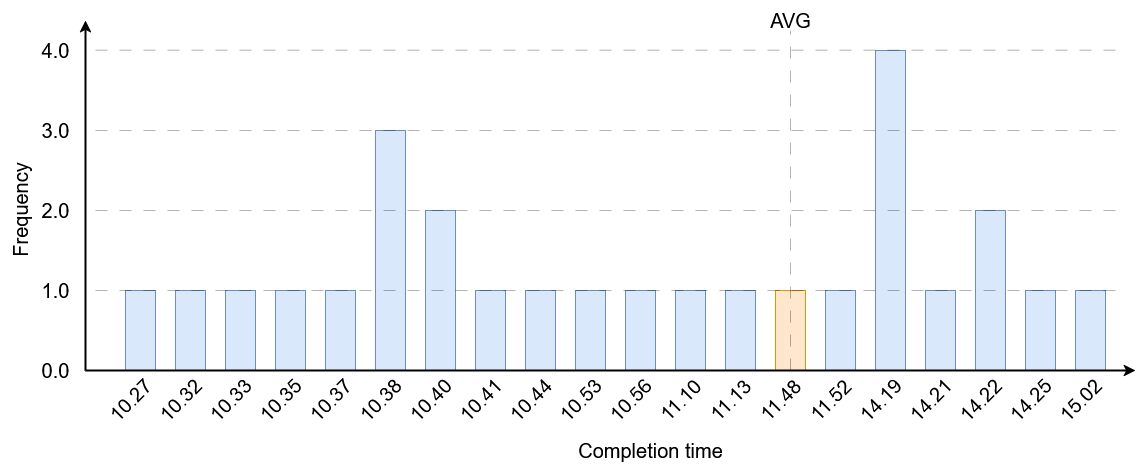
Above: definition/images/participants/Participants_frequency.png in cristianlepore/Self-Sovereign-Identity (draw.io), before the change. Source tidied: cells renumbered, new cells last; positions are measured from the earlier drawing's top-left corner, leaving out a move shared by most shapes.
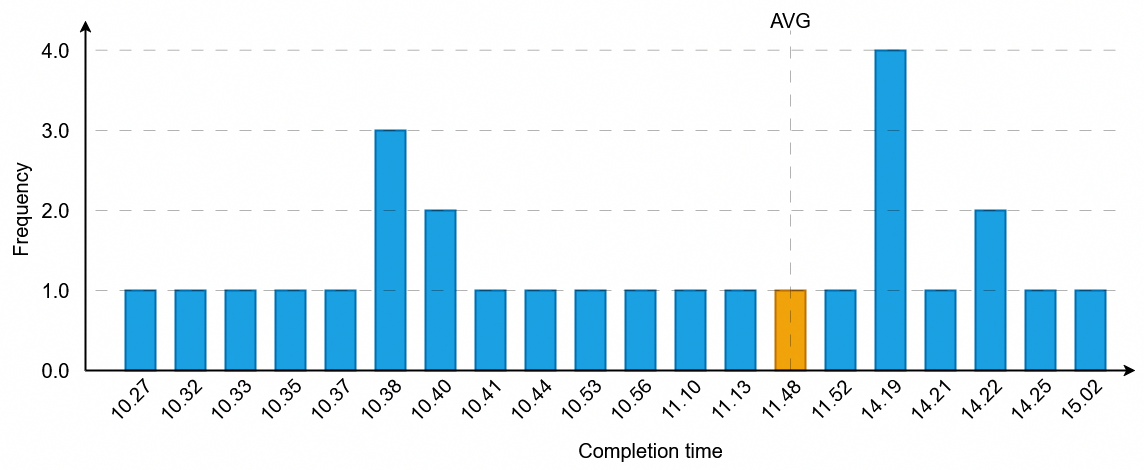
After the commit.

Change to the diagram source:
```diff
@@ -5,78 +5,78 @@
     <mxCell id="2" value="&lt;font style=&quot;font-size: 20px;&quot;&gt;11.48&lt;font&gt;&lt;br&gt;&lt;/font&gt;&lt;/font&gt;" style="text;html=1;align=center;verticalAlign=middle;strokeColor=none;fillColor=none;rotation=-45;" parent="1" vertex="1">
       <mxGeometry x="785" y="380" width="70" height="40" as="geometry" />
     </mxCell>
-    <mxCell id="3" style="endArrow=classic;html=1;rounded=0;strokeWidth=2;" parent="1" edge="1">
-      <mxGeometry relative="1" as="geometry">
-        <mxPoint x="125" y="370" as="sourcePoint" />
-        <mxPoint x="125" y="20" as="targetPoint" />
-      </mxGeometry>
-    </mxCell>
+    <mxCell id="57" style="endArrow=classic;html=1;rounded=0;strokeWidth=2;" parent="1" edge="1">
+      <mxGeometry relative="1" as="geometry">
+        <mxPoint x="125" y="370" as="sourcePoint" />
+        <mxPoint x="125" y="20" as="targetPoint" />
+      </mxGeometry>
+    </mxCell>
     <mxCell id="4" value="&lt;font style=&quot;font-size: 20px;&quot;&gt;Frequency&lt;/font&gt;" style="text;html=1;align=center;verticalAlign=middle;strokeColor=none;fillColor=none;rotation=-90;" parent="1" vertex="1">
       <mxGeometry y="190" width="120" height="40" as="geometry" />
     </mxCell>
     <mxCell id="5" value="&lt;font style=&quot;font-size: 20px;&quot;&gt;Completion time&lt;/font&gt;&lt;b&gt;&lt;font style=&quot;font-size: 20px;&quot;&gt;&lt;br&gt;&lt;/font&gt;&lt;/b&gt;" style="text;html=1;align=center;verticalAlign=middle;strokeColor=none;fillColor=none;rotation=0;" parent="1" vertex="1">
       <mxGeometry x="605" y="430" width="170" height="40" as="geometry" />
     </mxCell>
-    <mxCell id="6" style="rounded=0;whiteSpace=wrap;html=1;fillColor=#dae8fc;strokeColor=#6c8ebf;" parent="1" vertex="1">
-      <mxGeometry x="165" y="290" width="30" height="80" as="geometry" />
-    </mxCell>
-    <mxCell id="7" style="rounded=0;whiteSpace=wrap;html=1;fillColor=#dae8fc;strokeColor=#6c8ebf;" parent="1" vertex="1">
-      <mxGeometry x="215" y="290" width="30" height="80" as="geometry" />
-    </mxCell>
-    <mxCell id="8" style="rounded=0;whiteSpace=wrap;html=1;fillColor=#dae8fc;strokeColor=#6c8ebf;" parent="1" vertex="1">
-      <mxGeometry x="265" y="290" width="30" height="80" as="geometry" />
-    </mxCell>
-    <mxCell id="9" style="rounded=0;whiteSpace=wrap;html=1;fillColor=#dae8fc;strokeColor=#6c8ebf;" parent="1" vertex="1">
-      <mxGeometry x="315" y="290" width="30" height="80" as="geometry" />
-    </mxCell>
-    <mxCell id="10" style="rounded=0;whiteSpace=wrap;html=1;fillColor=#dae8fc;strokeColor=#6c8ebf;" parent="1" vertex="1">
-      <mxGeometry x="365" y="290" width="30" height="80" as="geometry" />
-    </mxCell>
-    <mxCell id="11" style="rounded=0;whiteSpace=wrap;html=1;fillColor=#dae8fc;strokeColor=#6c8ebf;" parent="1" vertex="1">
-      <mxGeometry x="415" y="130" width="30" height="240" as="geometry" />
-    </mxCell>
-    <mxCell id="12" style="rounded=0;whiteSpace=wrap;html=1;fillColor=#dae8fc;strokeColor=#6c8ebf;" parent="1" vertex="1">
-      <mxGeometry x="465" y="210" width="30" height="160" as="geometry" />
-    </mxCell>
-    <mxCell id="13" style="rounded=0;whiteSpace=wrap;html=1;fillColor=#dae8fc;strokeColor=#6c8ebf;" parent="1" vertex="1">
-      <mxGeometry x="515" y="290" width="30" height="80" as="geometry" />
-    </mxCell>
-    <mxCell id="14" style="rounded=0;whiteSpace=wrap;html=1;fillColor=#dae8fc;strokeColor=#6c8ebf;" parent="1" vertex="1">
-      <mxGeometry x="565" y="290" width="30" height="80" as="geometry" />
-    </mxCell>
-    <mxCell id="15" style="rounded=0;whiteSpace=wrap;html=1;fillColor=#dae8fc;strokeColor=#6c8ebf;" parent="1" vertex="1">
-      <mxGeometry x="615" y="290" width="30" height="80" as="geometry" />
-    </mxCell>
-    <mxCell id="16" style="rounded=0;whiteSpace=wrap;html=1;fillColor=#dae8fc;strokeColor=#6c8ebf;" parent="1" vertex="1">
-      <mxGeometry x="665" y="290" width="30" height="80" as="geometry" />
-    </mxCell>
-    <mxCell id="17" style="rounded=0;whiteSpace=wrap;html=1;fillColor=#dae8fc;strokeColor=#6c8ebf;" parent="1" vertex="1">
-      <mxGeometry x="715" y="290" width="30" height="80" as="geometry" />
-    </mxCell>
-    <mxCell id="18" style="rounded=0;whiteSpace=wrap;html=1;fillColor=#dae8fc;strokeColor=#6c8ebf;" parent="1" vertex="1">
-      <mxGeometry x="765" y="290" width="30" height="80" as="geometry" />
-    </mxCell>
-    <mxCell id="19" style="rounded=0;whiteSpace=wrap;html=1;fillColor=#ffe6cc;strokeColor=#d79b00;" parent="1" vertex="1">
-      <mxGeometry x="815" y="290" width="30" height="80" as="geometry" />
-    </mxCell>
-    <mxCell id="20" style="rounded=0;whiteSpace=wrap;html=1;fillColor=#dae8fc;strokeColor=#6c8ebf;" parent="1" vertex="1">
-      <mxGeometry x="865" y="290" width="30" height="80" as="geometry" />
-    </mxCell>
-    <mxCell id="21" style="rounded=0;whiteSpace=wrap;html=1;fillColor=#dae8fc;strokeColor=#6c8ebf;" parent="1" vertex="1">
-      <mxGeometry x="1015" y="210" width="30" height="160" as="geometry" />
-    </mxCell>
-    <mxCell id="22" style="rounded=0;whiteSpace=wrap;html=1;fillColor=#dae8fc;strokeColor=#6c8ebf;" parent="1" vertex="1">
-      <mxGeometry x="965" y="290" width="30" height="80" as="geometry" />
-    </mxCell>
-    <mxCell id="23" style="rounded=0;whiteSpace=wrap;html=1;fillColor=#dae8fc;strokeColor=#6c8ebf;" parent="1" vertex="1">
-      <mxGeometry x="1065" y="290" width="30" height="80" as="geometry" />
-    </mxCell>
-    <mxCell id="24" style="rounded=0;whiteSpace=wrap;html=1;fillColor=#dae8fc;strokeColor=#6c8ebf;" parent="1" vertex="1">
-      <mxGeometry x="1115" y="290" width="30" height="80" as="geometry" />
-    </mxCell>
-    <mxCell id="25" style="rounded=0;whiteSpace=wrap;html=1;fillColor=#dae8fc;strokeColor=#6c8ebf;" parent="1" vertex="1">
-      <mxGeometry x="915" y="50" width="30" height="320" as="geometry" />
-    </mxCell>
+    <mxCell id="58" style="rounded=0;whiteSpace=wrap;html=1;fillColor=#1ba1e2;strokeColor=#006EAF;fontColor=#ffffff;strokeWidth=2;" parent="1" vertex="1">
+      <mxGeometry x="165" y="290" width="30" height="80" as="geometry" />
+    </mxCell>
+    <mxCell id="59" style="rounded=0;whiteSpace=wrap;html=1;fillColor=#1ba1e2;strokeColor=#006EAF;fontColor=#ffffff;strokeWidth=2;" parent="1" vertex="1">
+      <mxGeometry x="215" y="290" width="30" height="80" as="geometry" />
+    </mxCell>
+    <mxCell id="60" style="rounded=0;whiteSpace=wrap;html=1;fillColor=#1ba1e2;strokeColor=#006EAF;fontColor=#ffffff;strokeWidth=2;" parent="1" vertex="1">
+      <mxGeometry x="265" y="290" width="30" height="80" as="geometry" />
+    </mxCell>
+    <mxCell id="61" style="rounded=0;whiteSpace=wrap;html=1;fillColor=#1ba1e2;strokeColor=#006EAF;fontColor=#ffffff;strokeWidth=2;" parent="1" vertex="1">
+      <mxGeometry x="315" y="290" width="30" height="80" as="geometry" />
+    </mxCell>
+    <mxCell id="62" style="rounded=0;whiteSpace=wrap;html=1;fillColor=#1ba1e2;strokeColor=#006EAF;fontColor=#ffffff;strokeWidth=2;" parent="1" vertex="1">
+      <mxGeometry x="365" y="290" width="30" height="80" as="geometry" />
+    </mxCell>
+    <mxCell id="63" style="rounded=0;whiteSpace=wrap;html=1;fillColor=#1ba1e2;strokeColor=#006EAF;fontColor=#ffffff;strokeWidth=2;" parent="1" vertex="1">
+      <mxGeometry x="415" y="130" width="30" height="240" as="geometry" />
+    </mxCell>
+    <mxCell id="64" style="rounded=0;whiteSpace=wrap;html=1;fillColor=#1ba1e2;strokeColor=#006EAF;fontColor=#ffffff;strokeWidth=2;" parent="1" vertex="1">
+      <mxGeometry x="465" y="210" width="30" height="160" as="geometry" />
+    </mxCell>
+    <mxCell id="65" style="rounded=0;whiteSpace=wrap;html=1;fillColor=#1ba1e2;strokeColor=#006EAF;fontColor=#ffffff;strokeWidth=2;" parent="1" vertex="1">
+      <mxGeometry x="515" y="290" width="30" height="80" as="geometry" />
+    </mxCell>
+    <mxCell id="66" style="rounded=0;whiteSpace=wrap;html=1;fillColor=#1ba1e2;strokeColor=#006EAF;fontColor=#ffffff;strokeWidth=2;" parent="1" vertex="1">
+      <mxGeometry x="565" y="290" width="30" height="80" as="geometry" />
+    </mxCell>
+    <mxCell id="67" style="rounded=0;whiteSpace=wrap;html=1;fillColor=#1ba1e2;strokeColor=#006EAF;fontColor=#ffffff;strokeWidth=2;" parent="1" vertex="1">
+      <mxGeometry x="615" y="290" width="30" height="80" as="geometry" />
+    </mxCell>
+    <mxCell id="68" style="rounded=0;whiteSpace=wrap;html=1;fillColor=#1ba1e2;strokeColor=#006EAF;fontColor=#ffffff;strokeWidth=2;" parent="1" vertex="1">
+      <mxGeometry x="665" y="290" width="30" height="80" as="geometry" />
+    </mxCell>
+    <mxCell id="69" style="rounded=0;whiteSpace=wrap;html=1;fillColor=#1ba1e2;strokeColor=#006EAF;fontColor=#ffffff;strokeWidth=2;" parent="1" vertex="1">
+      <mxGeometry x="715" y="290" width="30" height="80" as="geometry" />
+    </mxCell>
+    <mxCell id="70" style="rounded=0;whiteSpace=wrap;html=1;fillColor=#1ba1e2;strokeColor=#006EAF;fontColor=#ffffff;strokeWidth=2;" parent="1" vertex="1">
+      <mxGeometry x="765" y="290" width="30" height="80" as="geometry" />
+    </mxCell>
+    <mxCell id="71" style="rounded=0;whiteSpace=wrap;html=1;fillColor=#f0a30a;strokeColor=#BD7000;fontColor=#000000;strokeWidth=2;" parent="1" vertex="1">
+      <mxGeometry x="815" y="290" width="30" height="80" as="geometry" />
+    </mxCell>
+    <mxCell id="72" style="rounded=0;whiteSpace=wrap;html=1;fillColor=#1ba1e2;strokeColor=#006EAF;fontColor=#ffffff;strokeWidth=2;" parent="1" vertex="1">
+      <mxGeometry x="865" y="290" width="30" height="80" as="geometry" />
+    </mxCell>
+    <mxCell id="73" style="rounded=0;whiteSpace=wrap;html=1;fillColor=#1ba1e2;strokeColor=#006EAF;fontColor=#ffffff;strokeWidth=2;" parent="1" vertex="1">
+      <mxGeometry x="1015" y="210" width="30" height="160" as="geometry" />
+    </mxCell>
+    <mxCell id="74" style="rounded=0;whiteSpace=wrap;html=1;fillColor=#1ba1e2;strokeColor=#006EAF;fontColor=#ffffff;strokeWidth=2;" parent="1" vertex="1">
+      <mxGeometry x="965" y="290" width="30" height="80" as="geometry" />
+    </mxCell>
+    <mxCell id="75" style="rounded=0;whiteSpace=wrap;html=1;fillColor=#1ba1e2;strokeColor=#006EAF;fontColor=#ffffff;strokeWidth=2;" parent="1" vertex="1">
+      <mxGeometry x="1065" y="290" width="30" height="80" as="geometry" />
+    </mxCell>
+    <mxCell id="76" style="rounded=0;whiteSpace=wrap;html=1;fillColor=#1ba1e2;strokeColor=#006EAF;fontColor=#ffffff;strokeWidth=2;" parent="1" vertex="1">
+      <mxGeometry x="1115" y="290" width="30" height="80" as="geometry" />
+    </mxCell>
+    <mxCell id="77" style="rounded=0;whiteSpace=wrap;html=1;fillColor=#1ba1e2;strokeColor=#006EAF;fontColor=#ffffff;strokeWidth=2;" parent="1" vertex="1">
+      <mxGeometry x="915" y="50" width="30" height="320" as="geometry" />
+    </mxCell>
     <mxCell id="26" value="&lt;font style=&quot;font-size: 20px;&quot;&gt;0.0&lt;font&gt;&lt;br&gt;&lt;/font&gt;&lt;/font&gt;" style="text;html=1;align=center;verticalAlign=middle;strokeColor=none;fillColor=none;rotation=0;" parent="1" vertex="1">
       <mxGeometry x="70" y="350" width="50" height="40" as="geometry" />
     </mxCell>
@@ -92,36 +92,36 @@
     <mxCell id="30" value="&lt;font style=&quot;font-size: 20px;&quot;&gt;2.0&lt;font&gt;&lt;br&gt;&lt;/font&gt;&lt;/font&gt;" style="text;html=1;align=center;verticalAlign=middle;strokeColor=none;fillColor=none;rotation=0;" parent="1" vertex="1">
       <mxGeometry x="70" y="190" width="50" height="40" as="geometry" />
     </mxCell>
-    <mxCell id="31" style="endArrow=none;dashed=1;html=1;rounded=0;dashPattern=12 12;opacity=30;" parent="1" edge="1">
-      <mxGeometry relative="1" as="geometry">
-        <mxPoint x="135" y="130" as="sourcePoint" />
-        <mxPoint x="1155" y="130" as="targetPoint" />
-      </mxGeometry>
-    </mxCell>
-    <mxCell id="32" style="endArrow=none;dashed=1;html=1;rounded=0;dashPattern=12 12;opacity=30;" parent="1" edge="1">
-      <mxGeometry relative="1" as="geometry">
-        <mxPoint x="135" y="49.7" as="sourcePoint" />
-        <mxPoint x="1155" y="49.7" as="targetPoint" />
-      </mxGeometry>
-    </mxCell>
-    <mxCell id="33" style="endArrow=none;dashed=1;html=1;rounded=0;dashPattern=12 12;opacity=30;" parent="1" edge="1">
-      <mxGeometry relative="1" as="geometry">
-        <mxPoint x="135" y="290" as="sourcePoint" />
-        <mxPoint x="1155" y="290" as="targetPoint" />
-      </mxGeometry>
-    </mxCell>
-    <mxCell id="34" style="endArrow=none;dashed=1;html=1;rounded=0;dashPattern=12 12;opacity=30;" parent="1" edge="1">
-      <mxGeometry relative="1" as="geometry">
-        <mxPoint x="135" y="210" as="sourcePoint" />
-        <mxPoint x="1155" y="210" as="targetPoint" />
-      </mxGeometry>
-    </mxCell>
-    <mxCell id="35" style="endArrow=classic;html=1;rounded=0;strokeWidth=2;" parent="1" edge="1">
-      <mxGeometry relative="1" as="geometry">
-        <mxPoint x="125" y="370" as="sourcePoint" />
-        <mxPoint x="1175" y="370" as="targetPoint" />
-      </mxGeometry>
-    </mxCell>
+    <mxCell id="78" style="endArrow=none;dashed=1;html=1;rounded=0;dashPattern=12 12;opacity=30;" parent="1" edge="1">
+      <mxGeometry relative="1" as="geometry">
+        <mxPoint x="135" y="130" as="sourcePoint" />
+        <mxPoint x="1155" y="130" as="targetPoint" />
+      </mxGeometry>
+    </mxCell>
+    <mxCell id="79" style="endArrow=none;dashed=1;html=1;rounded=0;dashPattern=12 12;opacity=30;" parent="1" edge="1">
+      <mxGeometry relative="1" as="geometry">
+        <mxPoint x="135" y="49.7" as="sourcePoint" />
+        <mxPoint x="1155" y="49.7" as="targetPoint" />
+      </mxGeometry>
+    </mxCell>
+    <mxCell id="80" style="endArrow=none;dashed=1;html=1;rounded=0;dashPattern=12 12;opacity=30;" parent="1" edge="1">
+      <mxGeometry relative="1" as="geometry">
+        <mxPoint x="135" y="290" as="sourcePoint" />
+        <mxPoint x="1155" y="290" as="targetPoint" />
+      </mxGeometry>
+    </mxCell>
+    <mxCell id="81" style="endArrow=none;dashed=1;html=1;rounded=0;dashPattern=12 12;opacity=30;" parent="1" edge="1">
+      <mxGeometry relative="1" as="geometry">
+        <mxPoint x="135" y="210" as="sourcePoint" />
+        <mxPoint x="1155" y="210" as="targetPoint" />
+      </mxGeometry>
+    </mxCell>
+    <mxCell id="82" style="endArrow=classic;html=1;rounded=0;strokeWidth=2;" parent="1" edge="1">
+      <mxGeometry relative="1" as="geometry">
+        <mxPoint x="125" y="370" as="sourcePoint" />
+        <mxPoint x="1175" y="370" as="targetPoint" />
+      </mxGeometry>
+    </mxCell>
     <mxCell id="36" value="&lt;font style=&quot;font-size: 20px;&quot;&gt;10.27&lt;font&gt;&lt;br&gt;&lt;/font&gt;&lt;/font&gt;" style="text;html=1;align=center;verticalAlign=middle;strokeColor=none;fillColor=none;rotation=-45;" parent="1" vertex="1">
       <mxGeometry x="135" y="380" width="70" height="40" as="geometry" />
     </mxCell>
@@ -179,12 +179,12 @@
     <mxCell id="54" value="&lt;font style=&quot;font-size: 20px;&quot;&gt;15.02&lt;font&gt;&lt;br&gt;&lt;/font&gt;&lt;/font&gt;" style="text;html=1;align=center;verticalAlign=middle;strokeColor=none;fillColor=none;rotation=-45;" parent="1" vertex="1">
       <mxGeometry x="1085" y="380" width="70" height="40" as="geometry" />
     </mxCell>
-    <mxCell id="55" style="endArrow=none;html=1;rounded=0;dashed=1;dashPattern=12 12;opacity=30;" parent="1" edge="1">
-      <mxGeometry relative="1" as="geometry">
-        <mxPoint x="830" y="370" as="sourcePoint" />
-        <mxPoint x="830" y="30" as="targetPoint" />
-      </mxGeometry>
-    </mxCell>
+    <mxCell id="83" style="endArrow=none;html=1;rounded=0;dashed=1;dashPattern=12 12;opacity=30;" parent="1" edge="1">
+      <mxGeometry relative="1" as="geometry">
+        <mxPoint x="830" y="370" as="sourcePoint" />
+        <mxPoint x="830" y="30" as="targetPoint" />
+      </mxGeometry>
+    </mxCell>
     <mxCell id="56" value="&lt;font style=&quot;font-size: 20px;&quot;&gt;AVG&lt;font&gt;&lt;br&gt;&lt;/font&gt;&lt;/font&gt;" style="text;html=1;align=center;verticalAlign=middle;strokeColor=none;fillColor=none;rotation=0;" parent="1" vertex="1">
       <mxGeometry x="800" width="60" height="40" as="geometry" />
     </mxCell>
```
